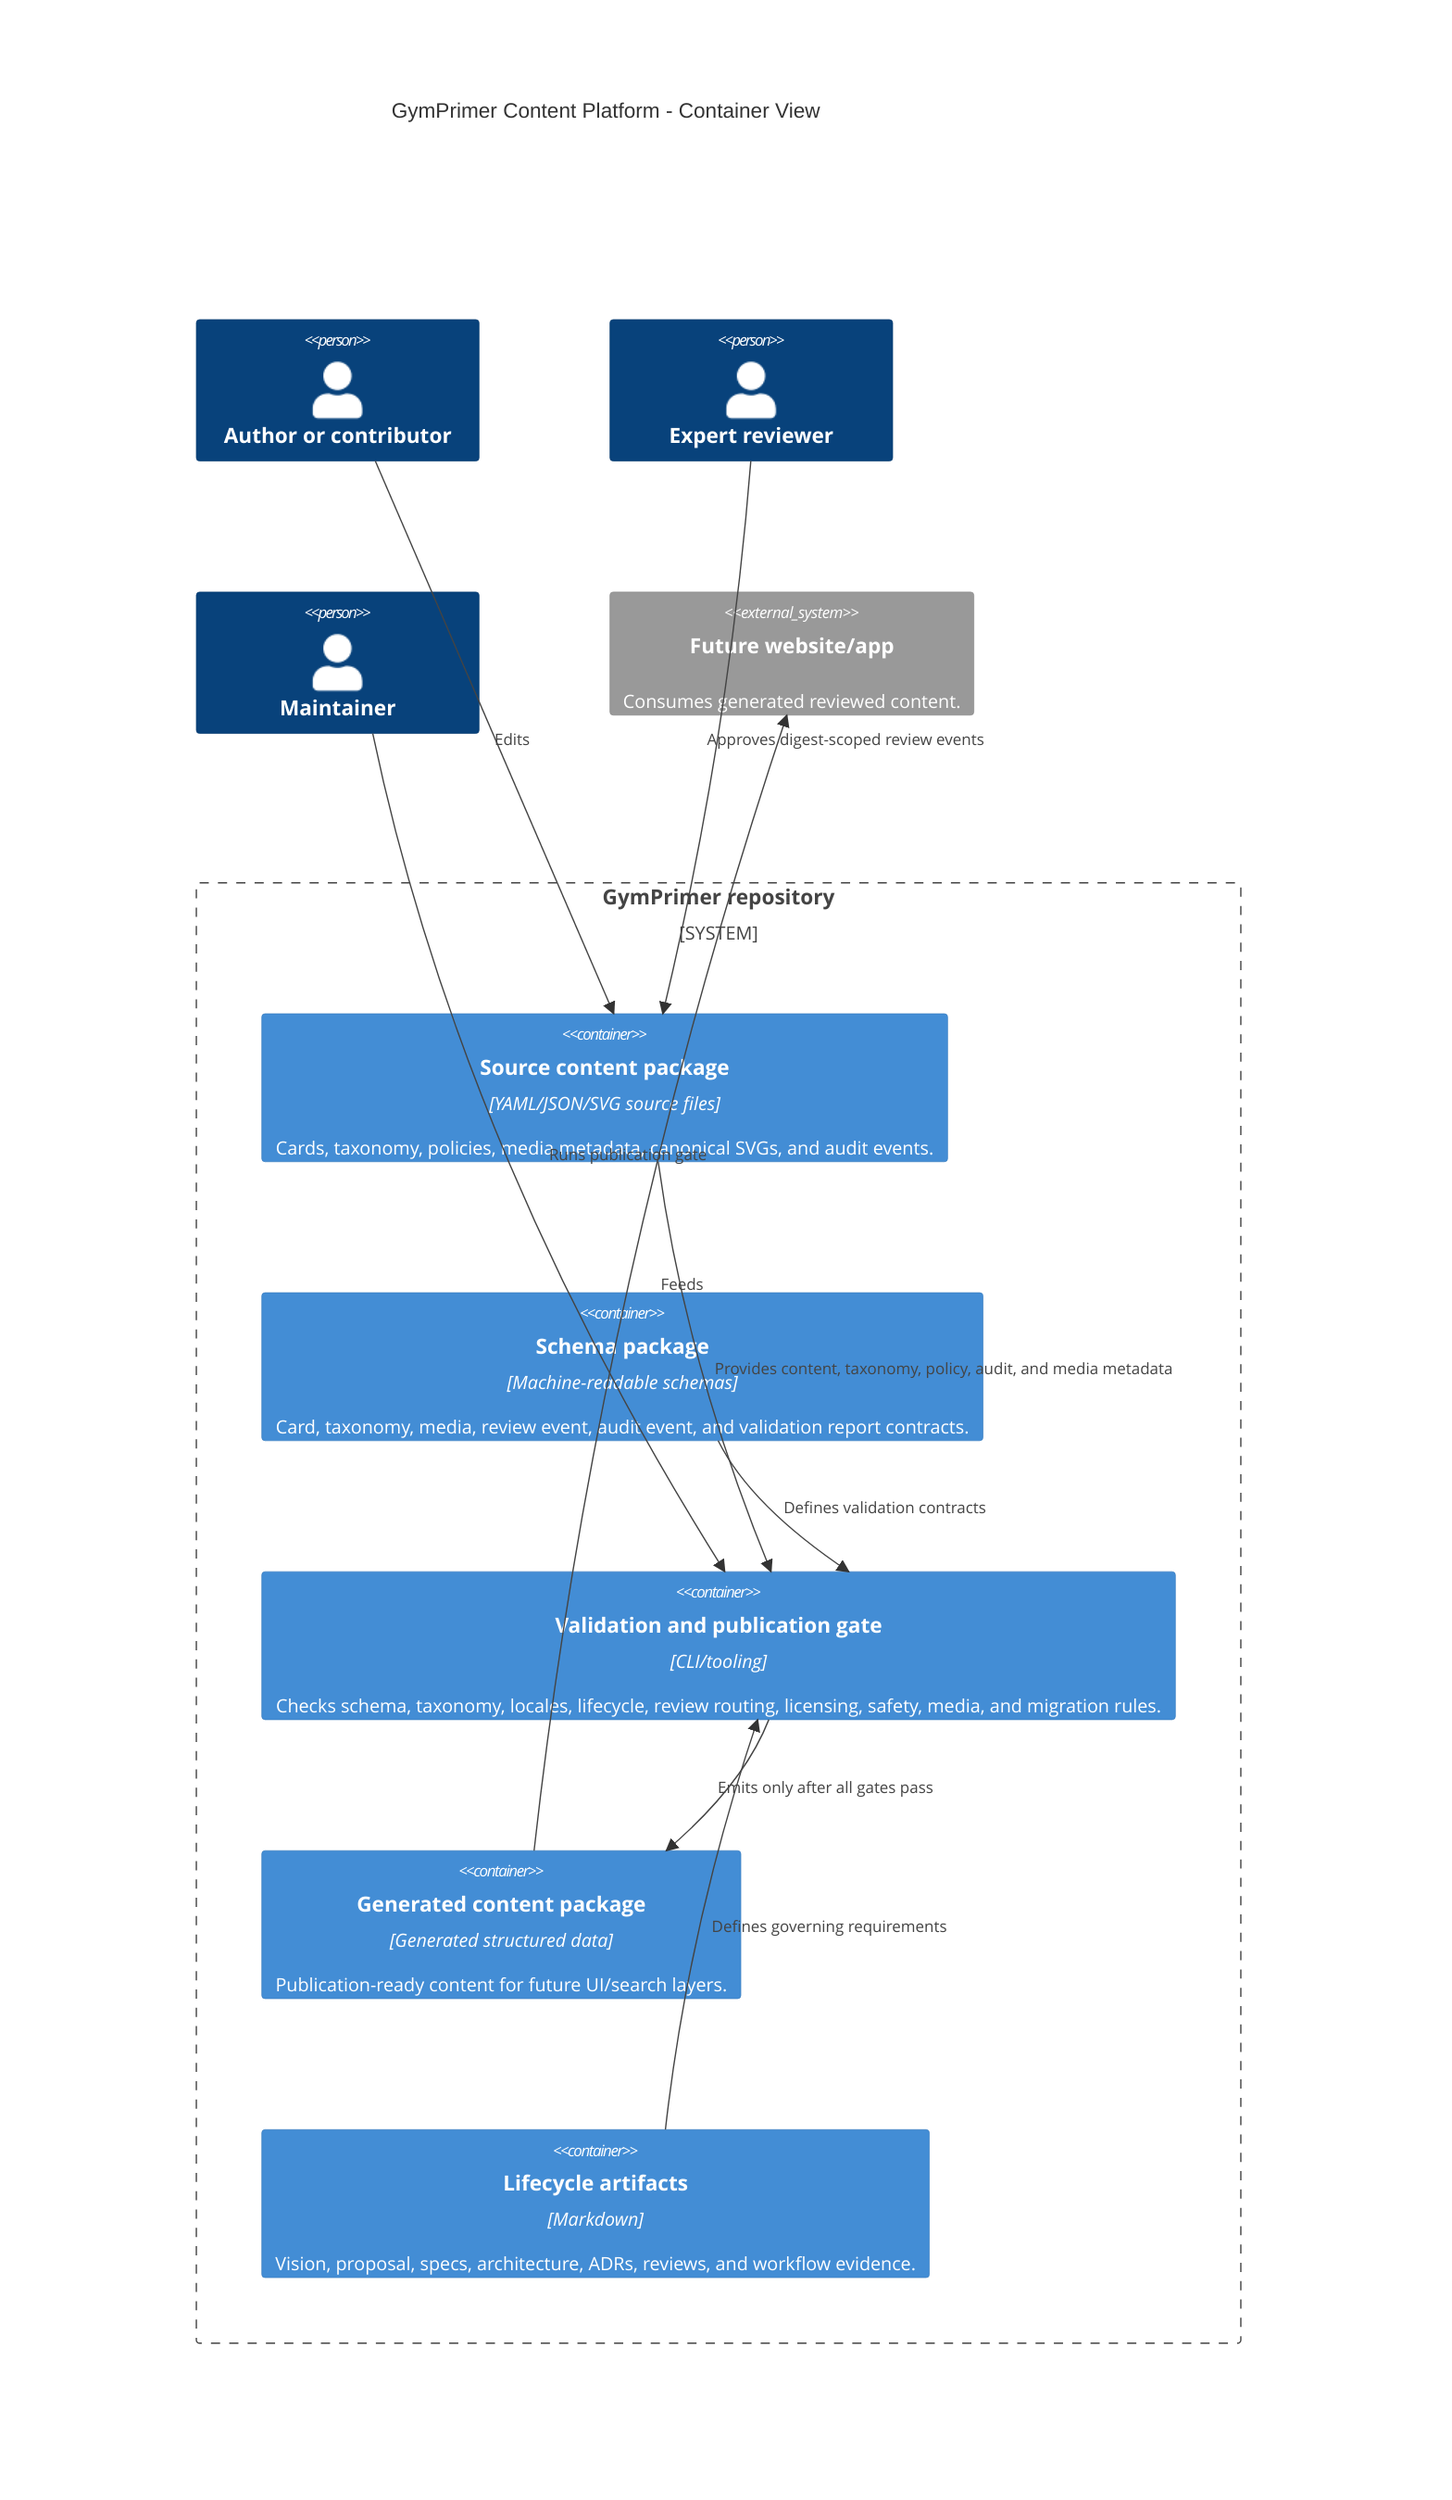
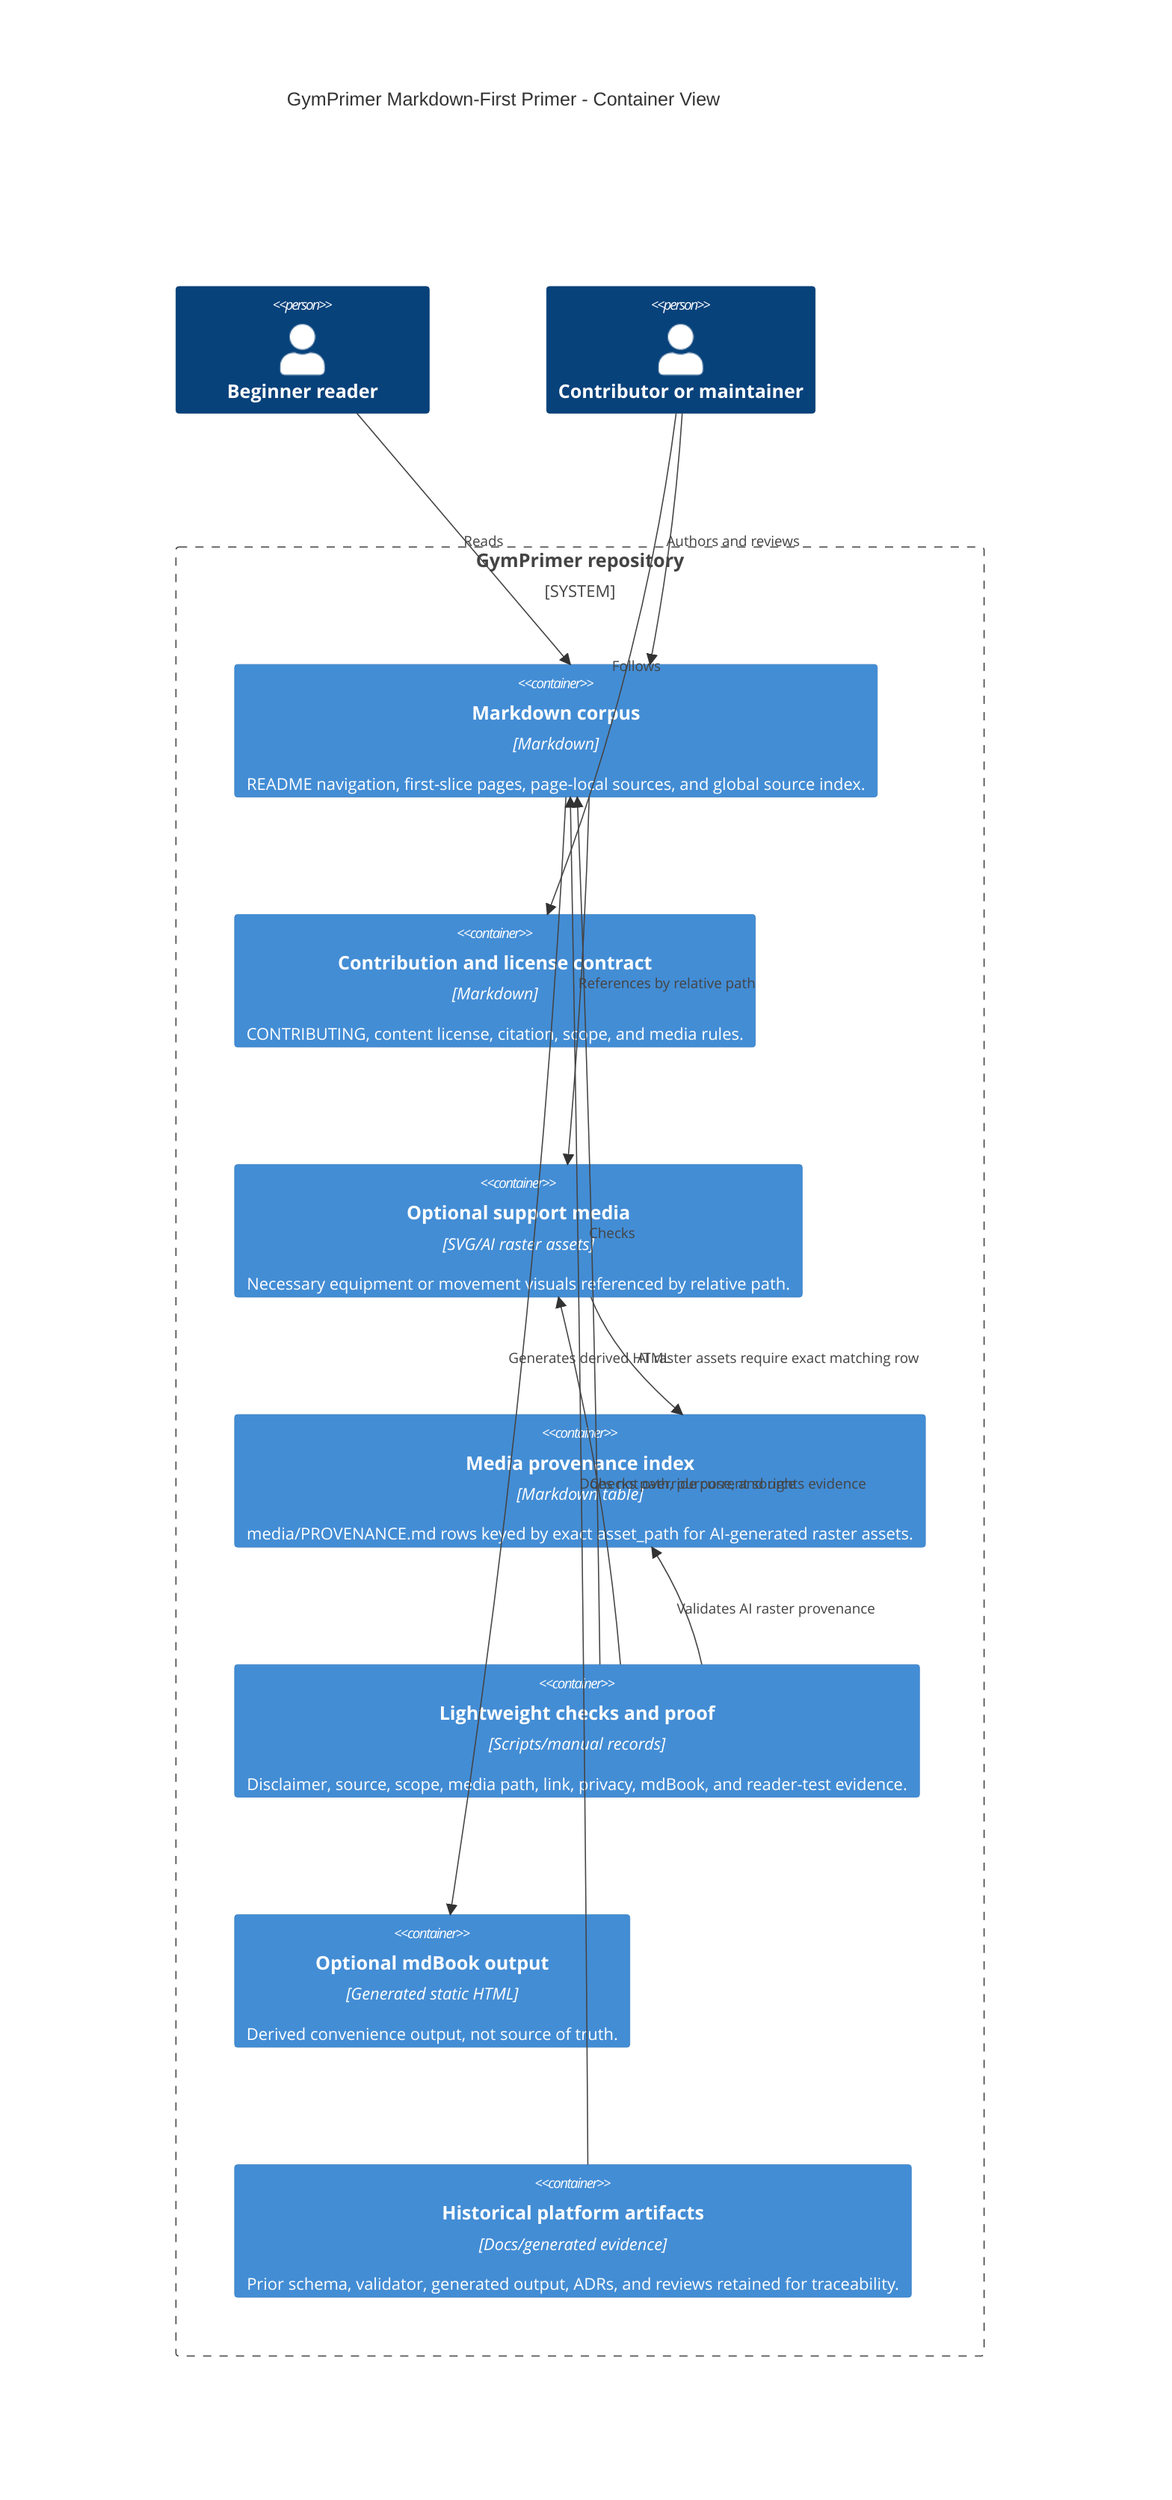
C4Container
-   title GymPrimer Content Platform - Container View
+   title GymPrimer Markdown-First Primer - Container View

-   Person(author, "Author or contributor")
-   Person(reviewer, "Expert reviewer")
-   Person(maintainer, "Maintainer")
+   Person(beginner, "Beginner reader")
+   Person(contributor, "Contributor or maintainer")

  System_Boundary(repo, "GymPrimer repository") {
-     Container(source, "Source content package", "YAML/JSON/SVG source files", "Cards, taxonomy, policies, media metadata, canonical SVGs, and audit events.")
-     Container(schemas, "Schema package", "Machine-readable schemas", "Card, taxonomy, media, review event, audit event, and validation report contracts.")
-     Container(validator, "Validation and publication gate", "CLI/tooling", "Checks schema, taxonomy, locales, lifecycle, review routing, licensing, safety, media, and migration rules.")
-     Container(generated, "Generated content package", "Generated structured data", "Publication-ready content for future UI/search layers.")
-     Container(docs, "Lifecycle artifacts", "Markdown", "Vision, proposal, specs, architecture, ADRs, reviews, and workflow evidence.")
+     Container(markdown, "Markdown corpus", "Markdown", "README navigation, first-slice pages, page-local sources, and global source index.")
+     Container(contrib, "Contribution and license contract", "Markdown", "CONTRIBUTING, content license, citation, scope, and media rules.")
+     Container(media, "Optional support media", "SVG/AI raster assets", "Necessary equipment or movement visuals referenced by relative path.")
+     Container(provenance, "Media provenance index", "Markdown table", "media/PROVENANCE.md rows keyed by exact asset_path for AI-generated raster assets.")
+     Container(checks, "Lightweight checks and proof", "Scripts/manual records", "Disclaimer, source, scope, media path, link, privacy, mdBook, and reader-test evidence.")
+     Container(book, "Optional mdBook output", "Generated static HTML", "Derived convenience output, not source of truth.")
+     Container(history, "Historical platform artifacts", "Docs/generated evidence", "Prior schema, validator, generated output, ADRs, and reviews retained for traceability.")
  }

-   System_Ext(future_ui, "Future website/app", "Consumes generated reviewed content.")
- 
-   Rel(author, source, "Edits")
-   Rel(reviewer, source, "Approves digest-scoped review events")
-   Rel(maintainer, validator, "Runs publication gate")
-   Rel(source, validator, "Provides content, taxonomy, policy, audit, and media metadata")
-   Rel(schemas, validator, "Defines validation contracts")
-   Rel(validator, generated, "Emits only after all gates pass")
-   Rel(generated, future_ui, "Feeds")
-   Rel(docs, validator, "Defines governing requirements")
+   Rel(beginner, markdown, "Reads")
+   Rel(contributor, markdown, "Authors and reviews")
+   Rel(contributor, contrib, "Follows")
+   Rel(markdown, media, "References by relative path")
+   Rel(checks, provenance, "Validates AI raster provenance")
+   Rel(checks, markdown, "Checks")
+   Rel(checks, media, "Checks path, purpose, and rights evidence")
+   Rel(media, provenance, "AI raster assets require exact matching row")
+   Rel(markdown, book, "Generates derived HTML")
+   Rel(history, markdown, "Does not override current source")
